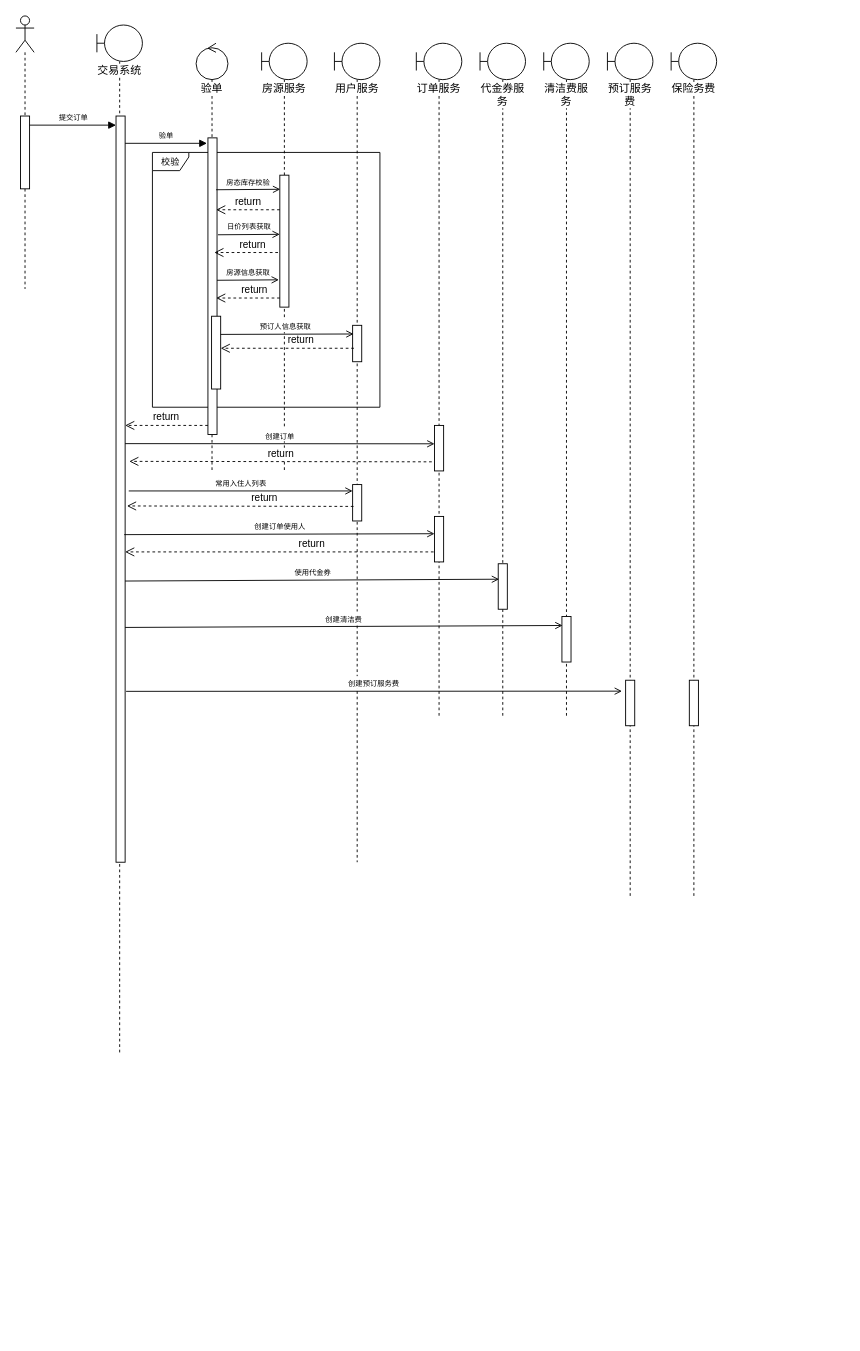
Above: page 2 of 2 of 支付中心.drawio in NonePro/UML (draw.io), before the change. Source tidied: cells renumbered, new cells numbered last; positions are measured from the earlier drawing's top-left corner, leaving out a move shared by most shapes. Both pictures are drawn from the tidied source at 91%, with x=0, y=0 at pixel (15, 15).
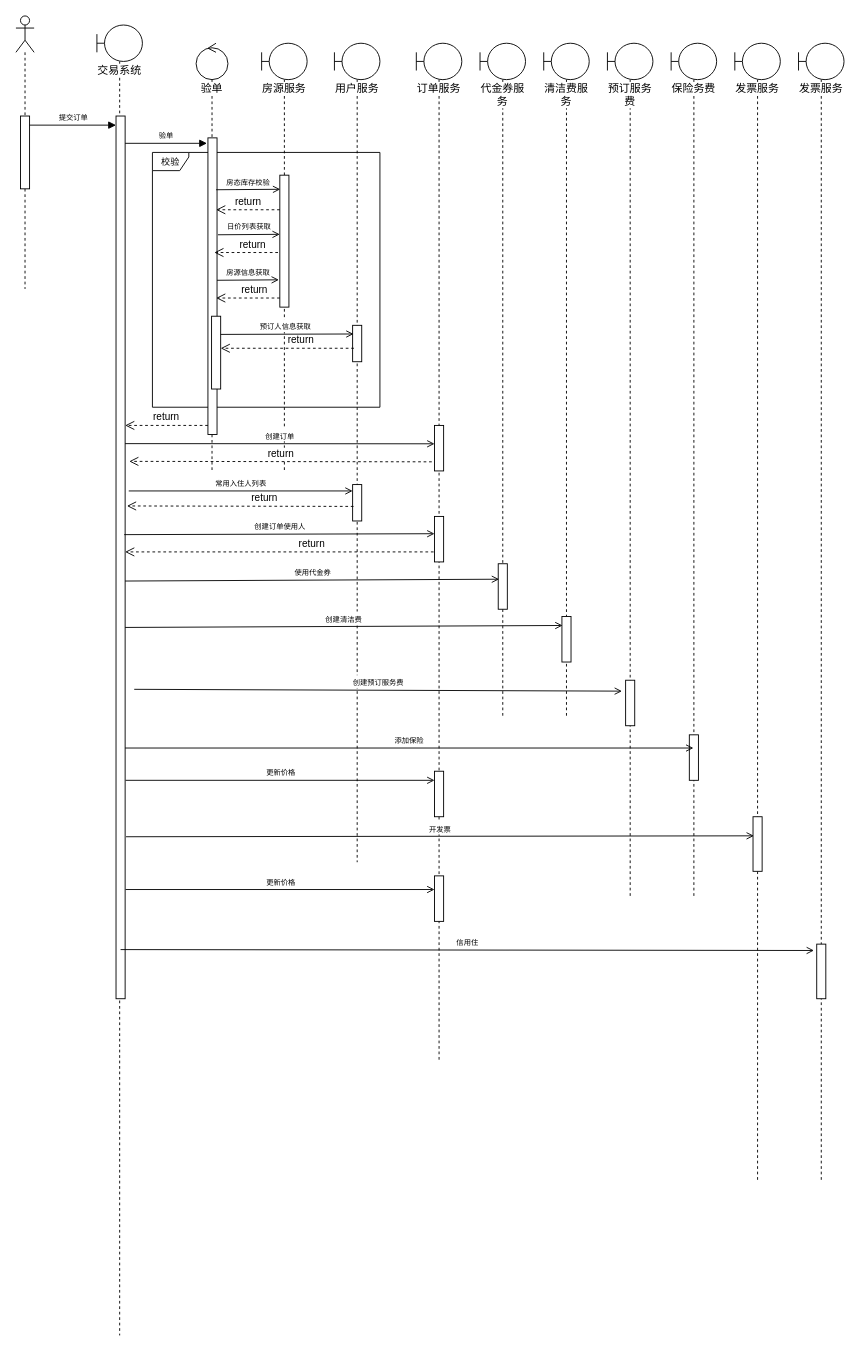
After the change.

The change refers to these unchanged cells:
```xml
<mxCell id="44" value="保险务费" style="shape=umlLifeline;participant=umlBoundary;perimeter=lifelinePerimeter;whiteSpace=wrap;html=1;verticalAlign=top;spacingTop=36;labelBackgroundColor=#ffffff;outlineConnect=0;fontSize=12;" parent="1" vertex="1">
  <mxGeometry x="720" y="30" width="50" height="940" as="geometry" />
</mxCell>
```

The edit, as a diff of the source:
```diff
@@
     <mxCell id="5" value="交易系统" style="shape=umlLifeline;participant=umlBoundary;perimeter=lifelinePerimeter;whiteSpace=wrap;html=1;verticalAlign=top;spacingTop=36;labelBackgroundColor=#ffffff;fontSize=12;" parent="1" vertex="1">
-      <mxGeometry x="89" y="10" width="50" height="1130" as="geometry" />
+      <mxGeometry x="89" y="10" width="50" height="1440" as="geometry" />
     </mxCell>
     <mxCell id="6" style="html=1;points=[];perimeter=orthogonalPerimeter;fontSize=12;" parent="5" vertex="1">
-      <mxGeometry x="21" y="100" width="10" height="820" as="geometry" />
+      <mxGeometry x="21" y="100" width="10" height="970" as="geometry" />
     </mxCell>
@@
     <mxCell id="13" value="订单服务" style="shape=umlLifeline;participant=umlBoundary;perimeter=lifelinePerimeter;whiteSpace=wrap;html=1;verticalAlign=top;spacingTop=36;labelBackgroundColor=#ffffff;fontSize=12;" parent="1" vertex="1">
-      <mxGeometry x="440" y="30" width="50" height="740" as="geometry" />
+      <mxGeometry x="440" y="30" width="50" height="1120" as="geometry" />
     </mxCell>
@@
+    <mxCell id="46" style="html=1;perimeter=orthogonalPerimeter;" parent="13" vertex="1">
+      <mxGeometry x="20" y="800" width="10" height="50" as="geometry" />
+    </mxCell>
+    <mxCell id="47" style="html=1;perimeter=orthogonalPerimeter;" parent="13" vertex="1">
+      <mxGeometry x="20" y="915" width="10" height="50" as="geometry" />
+    </mxCell>
@@
-    <mxCell id="43" value="&lt;span style=&quot;font-size: 8px&quot;&gt;创建预订服务费&lt;/span&gt;" style="html=1;verticalAlign=bottom;endArrow=open;fontSize=12;endFill=0;exitX=1.107;exitY=0.771;exitDx=0;exitDy=0;exitPerimeter=0;" parent="1" edge="1" source="6">
+    <mxCell id="43" value="&lt;span style=&quot;font-size: 8px&quot;&gt;创建预订服务费&lt;/span&gt;" style="html=1;verticalAlign=bottom;endArrow=open;fontSize=12;endFill=0;" parent="1" edge="1">
       <mxGeometry relative="1" as="geometry">
+        <mxPoint x="130" y="740" as="sourcePoint" />
         <mxPoint x="666" y="742" as="targetPoint" />
       </mxGeometry>
     </mxCell>
@@
     <mxCell id="45" style="html=1;perimeter=orthogonalPerimeter;" parent="44" vertex="1">
-      <mxGeometry x="20" y="700" width="10" height="50" as="geometry" />
+      <mxGeometry x="20" y="760" width="10" height="50" as="geometry" />
     </mxCell>
+    <mxCell id="48" value="&lt;span style=&quot;font-size: 8px&quot;&gt;添加保险&lt;/span&gt;" style="html=1;verticalAlign=bottom;endArrow=open;fontSize=12;endFill=0;exitX=1.107;exitY=0.771;exitDx=0;exitDy=0;exitPerimeter=0;" parent="1" edge="1" target="44">
+      <mxGeometry relative="1" as="geometry">
+        <mxPoint x="120" y="804.5" as="sourcePoint" />
+      </mxGeometry>
+    </mxCell>
+    <mxCell id="49" value="发票服务" style="shape=umlLifeline;participant=umlBoundary;perimeter=lifelinePerimeter;whiteSpace=wrap;html=1;verticalAlign=top;spacingTop=36;labelBackgroundColor=#ffffff;fontSize=12;" parent="1" vertex="1">
+      <mxGeometry x="790" y="30" width="50" height="1250" as="geometry" />
+    </mxCell>
+    <mxCell id="50" style="html=1;perimeter=orthogonalPerimeter;" parent="49" vertex="1">
+      <mxGeometry x="20" y="850" width="10" height="60" as="geometry" />
+    </mxCell>
+    <mxCell id="51" value="&lt;span style=&quot;font-size: 8px&quot;&gt;更新价格&lt;/span&gt;" style="html=1;verticalAlign=bottom;endArrow=open;fontSize=12;endFill=0;exitX=1.107;exitY=0.771;exitDx=0;exitDy=0;exitPerimeter=0;" parent="1" edge="1">
+      <mxGeometry relative="1" as="geometry">
+        <mxPoint x="120.5" y="840" as="sourcePoint" />
+        <mxPoint x="460" y="840" as="targetPoint" />
+      </mxGeometry>
+    </mxCell>
+    <mxCell id="52" value="&lt;span style=&quot;font-size: 8px&quot;&gt;开发票&lt;/span&gt;" style="html=1;verticalAlign=bottom;endArrow=open;fontSize=12;endFill=0;exitX=1.107;exitY=0.771;exitDx=0;exitDy=0;exitPerimeter=0;entryX=0.029;entryY=0.172;entryDx=0;entryDy=0;entryPerimeter=0;" parent="1" edge="1">
+      <mxGeometry relative="1" as="geometry">
+        <mxPoint x="121" y="902" as="sourcePoint" />
+        <mxPoint x="811" y="901" as="targetPoint" />
+      </mxGeometry>
+    </mxCell>
+    <mxCell id="53" value="&lt;span style=&quot;font-size: 8px&quot;&gt;更新价格&lt;/span&gt;" style="html=1;verticalAlign=bottom;endArrow=open;fontSize=12;endFill=0;exitX=1.107;exitY=0.771;exitDx=0;exitDy=0;exitPerimeter=0;" parent="1" edge="1">
+      <mxGeometry relative="1" as="geometry">
+        <mxPoint x="120.5" y="960" as="sourcePoint" />
+        <mxPoint x="460" y="960" as="targetPoint" />
+      </mxGeometry>
+    </mxCell>
+    <mxCell id="54" value="发票服务" style="shape=umlLifeline;participant=umlBoundary;perimeter=lifelinePerimeter;whiteSpace=wrap;html=1;verticalAlign=top;spacingTop=36;labelBackgroundColor=#ffffff;fontSize=12;" parent="1" vertex="1">
+      <mxGeometry x="860" y="30" width="50" height="1250" as="geometry" />
+    </mxCell>
+    <mxCell id="55" style="html=1;perimeter=orthogonalPerimeter;" parent="54" vertex="1">
+      <mxGeometry x="20" y="990" width="10" height="60" as="geometry" />
+    </mxCell>
+    <mxCell id="56" value="&lt;span style=&quot;font-size: 8px&quot;&gt;信用住&lt;/span&gt;" style="html=1;verticalAlign=bottom;endArrow=open;fontSize=12;endFill=0;exitX=1.107;exitY=0.771;exitDx=0;exitDy=0;exitPerimeter=0;entryX=-0.328;entryY=0.667;entryDx=0;entryDy=0;entryPerimeter=0;" parent="1" edge="1">
+      <mxGeometry relative="1" as="geometry">
+        <mxPoint x="115" y="1026" as="sourcePoint" />
+        <mxPoint x="877" y="1027" as="targetPoint" />
+      </mxGeometry>
+    </mxCell>
```
